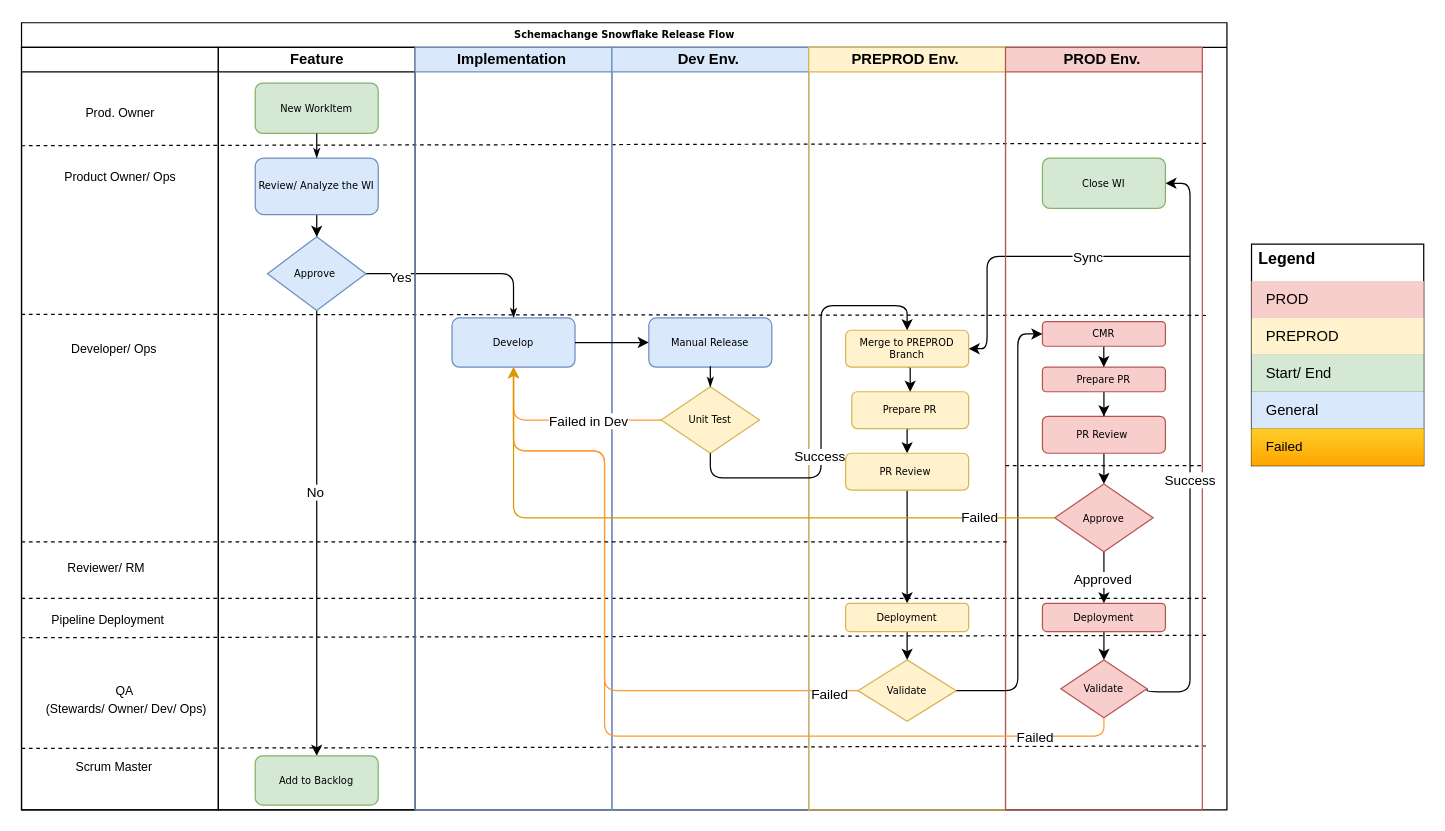
jijeeshme/diagrams keeps this draw.io diagram as dbtFlow.drawio. Above is the earlier version. Source tidied: cells renumbered, new cells numbered last; positions are measured from the earlier drawing's top-left corner, leaving out a move shared by most shapes. Both pictures are drawn from the tidied source at 123%, with x=0, y=0 at pixel (21, 22).
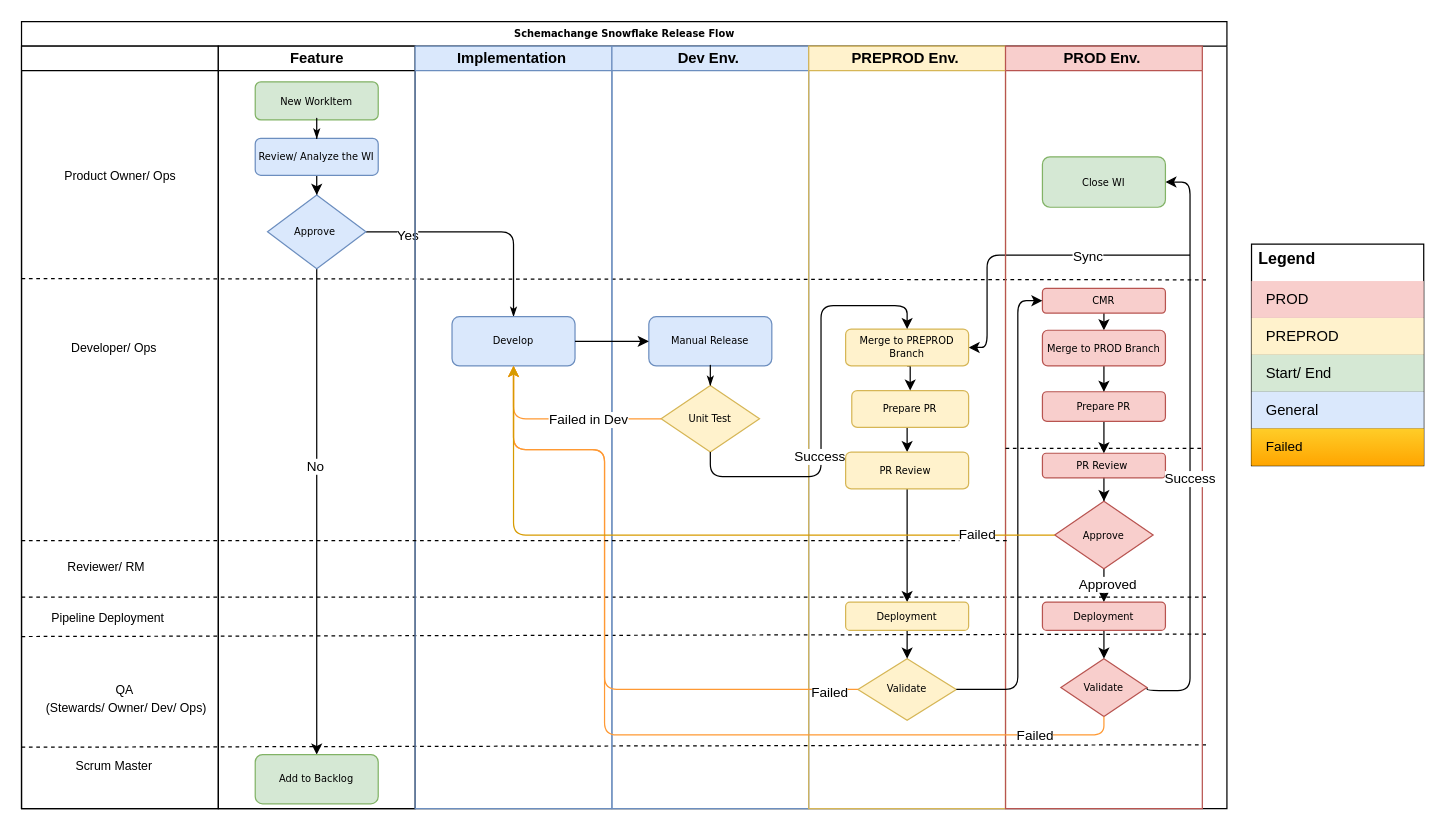
The same page after the edit.

Unchanged cells that the change refers to:
```xml
<mxCell id="14" style="swimlane;html=1;startSize=20;" parent="13" vertex="1">
  <mxGeometry y="20" width="160" height="620" as="geometry" />
</mxCell>
<mxCell id="30" value="Feature" style="swimlane;html=1;startSize=20;" parent="13" vertex="1">
  <mxGeometry x="160" y="20" width="160" height="620" as="geometry" />
</mxCell>
<mxCell id="43" value="Unit Test" style="rhombus;whiteSpace=wrap;html=1;rounded=0;shadow=0;labelBackgroundColor=none;strokeWidth=1;fontFamily=Verdana;fontSize=8;align=center;fillColor=#fff2cc;strokeColor=#d6b656;" parent="41" vertex="1">
  <mxGeometry x="40" y="276" width="80" height="54" as="geometry" />
</mxCell>
<mxCell id="50" value="Validate" style="rhombus;whiteSpace=wrap;html=1;rounded=0;shadow=0;labelBackgroundColor=none;strokeWidth=1;fontFamily=Verdana;fontSize=8;align=center;fillColor=#fff2cc;strokeColor=#d6b656;" parent="45" vertex="1">
  <mxGeometry x="40" y="498" width="80" height="50" as="geometry" />
</mxCell>
<mxCell id="56" value="Merge to PREPROD Branch" style="rounded=1;whiteSpace=wrap;html=1;shadow=0;labelBackgroundColor=none;strokeWidth=1;fontFamily=Verdana;fontSize=8;align=center;fillColor=#fff2cc;strokeColor=#d6b656;" parent="45" vertex="1">
  <mxGeometry x="30" y="230" width="100" height="30" as="geometry" />
</mxCell>
<mxCell id="57" value="PROD Env.&amp;nbsp;" style="swimlane;html=1;startSize=20;fillColor=#f8cecc;strokeColor=#b85450;" parent="13" vertex="1">
  <mxGeometry x="800" y="20" width="160" height="620" as="geometry" />
</mxCell>
```

Diff of the diagram source:
```diff
@@
     <mxCell id="13" value="Schemachange Snowflake Release Flow" style="swimlane;html=1;startSize=20;rounded=0;shadow=0;labelBackgroundColor=none;strokeWidth=1;fontFamily=Verdana;fontSize=8;align=center;" parent="1" vertex="1">
-      <mxGeometry width="980" height="640" as="geometry" />
+      <mxGeometry y="-1" width="980" height="640" as="geometry" />
     </mxCell>
@@
-    <mxCell id="22" style="endArrow=none;dashed=1;html=1;rounded=0;" parent="14" edge="1">
-      <mxGeometry relative="1" as="geometry">
-        <mxPoint y="80" as="sourcePoint" />
-        <mxPoint x="964" y="78" as="targetPoint" />
-      </mxGeometry>
-    </mxCell>
     <mxCell id="23" style="endArrow=none;dashed=1;html=1;rounded=0;" parent="14" edge="1">
       <mxGeometry relative="1" as="geometry">
-        <mxPoint y="217" as="sourcePoint" />
-        <mxPoint x="964" y="218" as="targetPoint" />
+        <mxPoint y="189" as="sourcePoint" />
+        <mxPoint x="964" y="190" as="targetPoint" />
       </mxGeometry>
     </mxCell>
@@
-    <mxCell id="27" value="&lt;font style=&quot;font-size: 10px;&quot;&gt;Prod. Owner&lt;/font&gt;" style="text;html=1;align=center;verticalAlign=middle;strokeColor=none;fillColor=none;" parent="14" vertex="1">
-      <mxGeometry x="40" y="38" width="80" height="30" as="geometry" />
-    </mxCell>
@@
     <mxCell id="31" value="New WorkItem" style="rounded=1;whiteSpace=wrap;html=1;shadow=0;labelBackgroundColor=none;strokeWidth=1;fontFamily=Verdana;fontSize=8;align=center;fillColor=#d5e8d4;strokeColor=#82b366;" parent="30" vertex="1">
-      <mxGeometry x="30" y="29" width="100" height="41" as="geometry" />
+      <mxGeometry x="30" y="29" width="100" height="31" as="geometry" />
     </mxCell>
@@
     <mxCell id="33" value="Review/ Analyze the WI" style="rounded=1;whiteSpace=wrap;html=1;shadow=0;labelBackgroundColor=none;strokeWidth=1;fontFamily=Verdana;fontSize=8;align=center;fillColor=#dae8fc;strokeColor=#6c8ebf;" parent="30" vertex="1">
-      <mxGeometry x="30" y="90" width="100" height="46" as="geometry" />
+      <mxGeometry x="30" y="75" width="100" height="30" as="geometry" />
     </mxCell>
@@
     <mxCell id="37" value="Approve&amp;nbsp;" style="rhombus;whiteSpace=wrap;html=1;rounded=0;shadow=0;labelBackgroundColor=none;strokeWidth=1;fontFamily=Verdana;fontSize=8;align=center;fillColor=#dae8fc;strokeColor=#6c8ebf;" parent="30" vertex="1">
-      <mxGeometry x="40" y="154" width="80" height="60" as="geometry" />
+      <mxGeometry x="40" y="121" width="80" height="60" as="geometry" />
     </mxCell>
@@
     <mxCell id="59" value="PR Review&amp;nbsp;" style="rounded=1;whiteSpace=wrap;html=1;shadow=0;labelBackgroundColor=none;strokeWidth=1;fontFamily=Verdana;fontSize=8;align=center;fillColor=#f8cecc;strokeColor=#b85450;" parent="57" vertex="1">
-      <mxGeometry x="30" y="300" width="100" height="30" as="geometry" />
+      <mxGeometry x="30" y="331" width="100" height="20" as="geometry" />
     </mxCell>
@@
     <mxCell id="61" value="Prepare PR" style="rounded=1;whiteSpace=wrap;html=1;shadow=0;labelBackgroundColor=none;strokeWidth=1;fontFamily=Verdana;fontSize=8;align=center;fillColor=#f8cecc;strokeColor=#b85450;" parent="57" vertex="1">
-      <mxGeometry x="30" y="260" width="100" height="20" as="geometry" />
+      <mxGeometry x="30" y="281" width="100" height="24" as="geometry" />
     </mxCell>
@@
     <mxCell id="64" value="Approve" style="rhombus;whiteSpace=wrap;html=1;rounded=0;shadow=0;labelBackgroundColor=none;strokeWidth=1;fontFamily=Verdana;fontSize=8;align=center;fillColor=#f8cecc;strokeColor=#b85450;" parent="57" vertex="1">
-      <mxGeometry x="40" y="355" width="80" height="55" as="geometry" />
+      <mxGeometry x="40" y="370" width="80" height="55" as="geometry" />
     </mxCell>
@@
-    <mxCell id="71" style="edgeStyle=orthogonalEdgeStyle;rounded=0;orthogonalLoop=1;jettySize=auto;html=1;entryX=0.5;entryY=0;entryDx=0;entryDy=0;" parent="57" edge="1">
-      <mxGeometry relative="1" as="geometry">
-        <mxPoint x="79.9" y="243" as="sourcePoint" />
-        <mxPoint x="79.9" y="260" as="targetPoint" />
-      </mxGeometry>
-    </mxCell>
+    <mxCell id="87" style="edgeStyle=orthogonalEdgeStyle;rounded=0;jettySize=auto;html=1;exitX=0.5;exitY=1;exitDx=0;exitDy=0;entryX=0.5;entryY=0;entryDx=0;entryDy=0;" parent="57" edge="1" source="72" target="89">
+      <mxGeometry relative="1" as="geometry" />
+    </mxCell>
     <mxCell id="72" value="CMR" style="rounded=1;whiteSpace=wrap;html=1;shadow=0;labelBackgroundColor=none;strokeWidth=1;fontFamily=Verdana;fontSize=8;align=center;fillColor=#f8cecc;strokeColor=#b85450;" parent="57" vertex="1">
-      <mxGeometry x="30" y="223" width="100" height="20" as="geometry" />
+      <mxGeometry x="30" y="197" width="100" height="20" as="geometry" />
     </mxCell>
     <mxCell id="73" style="endArrow=none;dashed=1;html=1;rounded=0;" parent="57" edge="1">
       <mxGeometry relative="1" as="geometry">
-        <mxPoint y="340" as="sourcePoint" />
-        <mxPoint x="160" y="340" as="targetPoint" />
+        <mxPoint y="327" as="sourcePoint" />
+        <mxPoint x="160" y="327" as="targetPoint" />
       </mxGeometry>
     </mxCell>
+    <mxCell id="88" style="edgeStyle=orthogonalEdgeStyle;rounded=0;jettySize=auto;html=1;exitX=0.5;exitY=1;exitDx=0;exitDy=0;" parent="57" edge="1" source="89" target="61">
+      <mxGeometry relative="1" as="geometry" />
+    </mxCell>
+    <mxCell id="89" value="Merge to PROD Branch" style="rounded=1;whiteSpace=wrap;html=1;shadow=0;labelBackgroundColor=none;strokeWidth=1;fontFamily=Verdana;fontSize=8;align=center;fillColor=#f8cecc;strokeColor=#b85450;" parent="57" vertex="1">
+      <mxGeometry x="30" y="231" width="100" height="29" as="geometry" />
+    </mxCell>
@@
     <mxCell id="82" style="edgeStyle=orthogonalEdgeStyle;rounded=1;jettySize=auto;html=1;exitX=0.5;exitY=1;exitDx=0;exitDy=0;entryX=0.5;entryY=0;entryDx=0;entryDy=0;curved=0;" parent="13" edge="1" source="43" target="56">
       <mxGeometry relative="1" as="geometry">
         <Array as="points">
           <mxPoint x="560" y="370" />
           <mxPoint x="650" y="370" />
-          <mxPoint x="650" y="230" />
-          <mxPoint x="720" y="230" />
+          <mxPoint x="650" y="231" />
+          <mxPoint x="720" y="231" />
         </Array>
       </mxGeometry>
     </mxCell>
@@
     <mxCell id="84" style="edgeStyle=orthogonalEdgeStyle;rounded=1;jettySize=auto;html=1;entryX=0;entryY=0.5;entryDx=0;entryDy=0;curved=0;" parent="13" edge="1" source="50" target="72">
       <mxGeometry relative="1" as="geometry">
         <Array as="points">
           <mxPoint x="810" y="543" />
-          <mxPoint x="810" y="253" />
+          <mxPoint x="810" y="227" />
         </Array>
       </mxGeometry>
     </mxCell>
```
